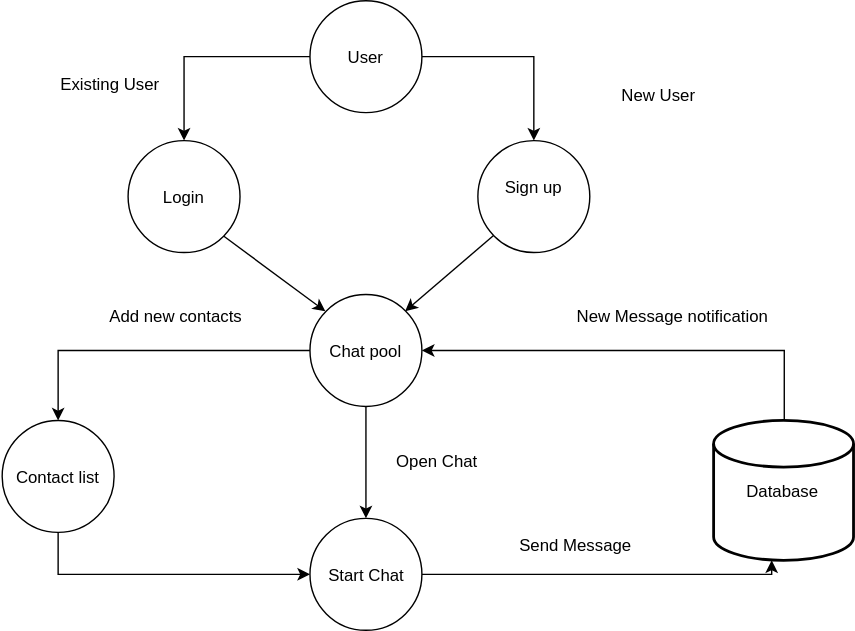
Earlier version of the draw.io export Chat_Model_Design.svg (Git-SunilYadav/ZapChat). Source tidied: cells renumbered, new cells last; positions are measured from the earlier drawing's top-left corner, leaving out a move shared by most shapes. Its diagram source:
```xml
<mxGraphModel>
  <root>
    <mxCell id="0" />
    <mxCell id="1" parent="0" />
    <mxCell id="2" style="edgeStyle=orthogonalEdgeStyle;rounded=0;html=1;exitX=0;exitY=0.5;entryX=0.5;entryY=0;jettySize=auto;" parent="1" edge="1" source="4" target="6">
      <mxGeometry relative="1" as="geometry" />
    </mxCell>
    <mxCell id="3" style="edgeStyle=orthogonalEdgeStyle;rounded=0;html=1;exitX=1;exitY=0.5;entryX=0.5;entryY=0;jettySize=auto;" parent="1" edge="1" source="4" target="8">
      <mxGeometry relative="1" as="geometry" />
    </mxCell>
    <mxCell id="4" value="User" style="ellipse;whiteSpace=wrap;html=1;" parent="1" vertex="1">
      <mxGeometry x="219.5" width="80" height="80" as="geometry" />
    </mxCell>
    <mxCell id="5" style="edgeStyle=none;rounded=0;html=1;exitX=1;exitY=1;entryX=0;entryY=0;jettySize=auto;" parent="1" edge="1" source="6" target="11">
      <mxGeometry relative="1" as="geometry" />
    </mxCell>
    <mxCell id="6" value="Login" style="ellipse;whiteSpace=wrap;html=1;" parent="1" vertex="1">
      <mxGeometry x="89.5" y="100" width="80" height="80" as="geometry" />
    </mxCell>
    <mxCell id="7" style="edgeStyle=none;rounded=0;html=1;exitX=0;exitY=1;entryX=1;entryY=0;jettySize=auto;" parent="1" edge="1" source="8" target="11">
      <mxGeometry relative="1" as="geometry" />
    </mxCell>
    <mxCell id="8" value="Sign up&lt;br&gt;&lt;br&gt;" style="ellipse;whiteSpace=wrap;html=1;" parent="1" vertex="1">
      <mxGeometry x="339.5" y="100" width="80" height="80" as="geometry" />
    </mxCell>
    <mxCell id="9" style="edgeStyle=orthogonalEdgeStyle;rounded=0;html=1;exitX=0;exitY=0.5;entryX=0.5;entryY=0;jettySize=auto;" parent="1" edge="1" source="11" target="15">
      <mxGeometry relative="1" as="geometry" />
    </mxCell>
    <mxCell id="10" style="edgeStyle=orthogonalEdgeStyle;rounded=0;html=1;exitX=0.5;exitY=1;entryX=0.5;entryY=0;jettySize=auto;" parent="1" edge="1" source="11" target="13">
      <mxGeometry relative="1" as="geometry" />
    </mxCell>
    <mxCell id="11" value="Chat pool&lt;br&gt;" style="ellipse;whiteSpace=wrap;html=1;" parent="1" vertex="1">
      <mxGeometry x="219.5" y="210" width="80" height="80" as="geometry" />
    </mxCell>
    <mxCell id="12" style="edgeStyle=orthogonalEdgeStyle;rounded=0;html=1;exitX=1;exitY=0.5;jettySize=auto;" parent="1" edge="1" source="13" target="17">
      <mxGeometry relative="1" as="geometry">
        <Array as="points">
          <mxPoint x="549.5" y="410" />
        </Array>
      </mxGeometry>
    </mxCell>
    <mxCell id="13" value="Start Chat" style="ellipse;whiteSpace=wrap;html=1;" parent="1" vertex="1">
      <mxGeometry x="219.5" y="370" width="80" height="80" as="geometry" />
    </mxCell>
    <mxCell id="14" style="edgeStyle=orthogonalEdgeStyle;rounded=0;html=1;exitX=0.5;exitY=1;entryX=0;entryY=0.5;jettySize=auto;" parent="1" edge="1" source="15" target="13">
      <mxGeometry relative="1" as="geometry" />
    </mxCell>
    <mxCell id="15" value="Contact list" style="ellipse;whiteSpace=wrap;html=1;" parent="1" vertex="1">
      <mxGeometry x="-0.5" y="300" width="80" height="80" as="geometry" />
    </mxCell>
    <mxCell id="16" style="edgeStyle=orthogonalEdgeStyle;rounded=0;html=1;exitX=0.5;exitY=0;exitPerimeter=0;entryX=1;entryY=0.5;jettySize=auto;" parent="1" edge="1" source="17" target="11">
      <mxGeometry relative="1" as="geometry" />
    </mxCell>
    <mxCell id="17" value="Database&lt;br&gt;" style="strokeWidth=2;html=1;shape=mxgraph.flowchart.database;whiteSpace=wrap;" parent="1" vertex="1">
      <mxGeometry x="508.5" y="300" width="100" height="100" as="geometry" />
    </mxCell>
    <mxCell id="18" value="Send Message" style="text;html=1;align=left;verticalAlign=top;spacingTop=-4;" parent="1" vertex="1">
      <mxGeometry x="367.5" y="380" width="100" height="20" as="geometry" />
    </mxCell>
    <mxCell id="19" value="New Message notification" style="text;html=1;align=left;verticalAlign=top;spacingTop=-4;" parent="1" vertex="1">
      <mxGeometry x="408.5" y="216" width="150" height="20" as="geometry" />
    </mxCell>
    <mxCell id="20" value="Open Chat" style="text;html=1;align=left;verticalAlign=top;spacingTop=-4;" parent="1" vertex="1">
      <mxGeometry x="279.5" y="320" width="70" height="20" as="geometry" />
    </mxCell>
    <mxCell id="21" value="Add new contacts" style="text;html=1;align=left;verticalAlign=top;spacingTop=-4;" parent="1" vertex="1">
      <mxGeometry x="74.5" y="216" width="110" height="20" as="geometry" />
    </mxCell>
    <mxCell id="22" value="&lt;br&gt;&lt;br&gt;" style="text;html=1;align=left;verticalAlign=top;spacingTop=-4;" parent="1" vertex="1">
      <mxGeometry x="94.5" y="394" width="20" height="30" as="geometry" />
    </mxCell>
    <mxCell id="23" value="Existing User" style="text;html=1;align=left;verticalAlign=top;spacingTop=-4;" parent="1" vertex="1">
      <mxGeometry x="39.5" y="50" width="90" height="20" as="geometry" />
    </mxCell>
    <mxCell id="24" value="New User" style="text;html=1;align=left;verticalAlign=top;spacingTop=-4;" parent="1" vertex="1">
      <mxGeometry x="440.5" y="58" width="70" height="20" as="geometry" />
    </mxCell>
  </root>
</mxGraphModel>
```
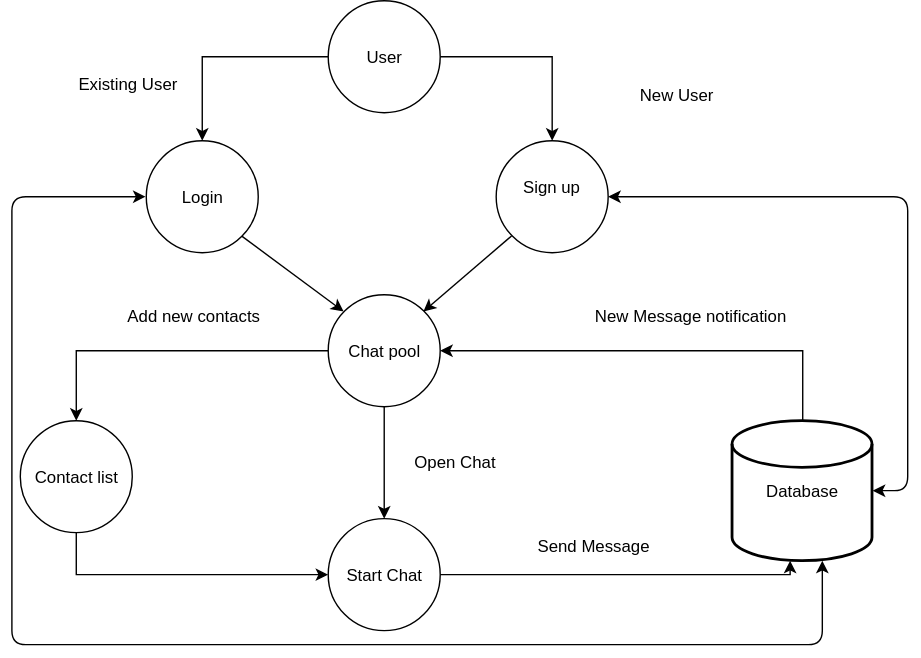
Later version of the same file.

Commit message:
Design Model updated

The edit, as a diff of the source:
```diff
@@ -75,5 +75,23 @@
     <mxCell id="24" value="New User" style="text;html=1;align=left;verticalAlign=top;spacingTop=-4;" parent="1" vertex="1">
       <mxGeometry x="440.5" y="58" width="70" height="20" as="geometry" />
     </mxCell>
+    <mxCell id="25" style="endArrow=classic;startArrow=classic;html=1;exitX=0.648;exitY=1.003;exitPerimeter=0;" parent="1" edge="1" source="17">
+      <mxGeometry relative="1" as="geometry">
+        <mxPoint x="89.5" y="140" as="targetPoint" />
+        <Array as="points">
+          <mxPoint x="573" y="460" />
+          <mxPoint x="-6" y="460" />
+          <mxPoint x="-6" y="140" />
+        </Array>
+      </mxGeometry>
+    </mxCell>
+    <mxCell id="26" style="endArrow=classic;startArrow=classic;html=1;exitX=1;exitY=0.5;entryX=1;entryY=0.5;entryPerimeter=0;" parent="1" edge="1" source="8" target="17">
+      <mxGeometry relative="1" as="geometry">
+        <Array as="points">
+          <mxPoint x="634" y="140" />
+          <mxPoint x="634" y="350" />
+        </Array>
+      </mxGeometry>
+    </mxCell>
   </root>
 </mxGraphModel>
```
